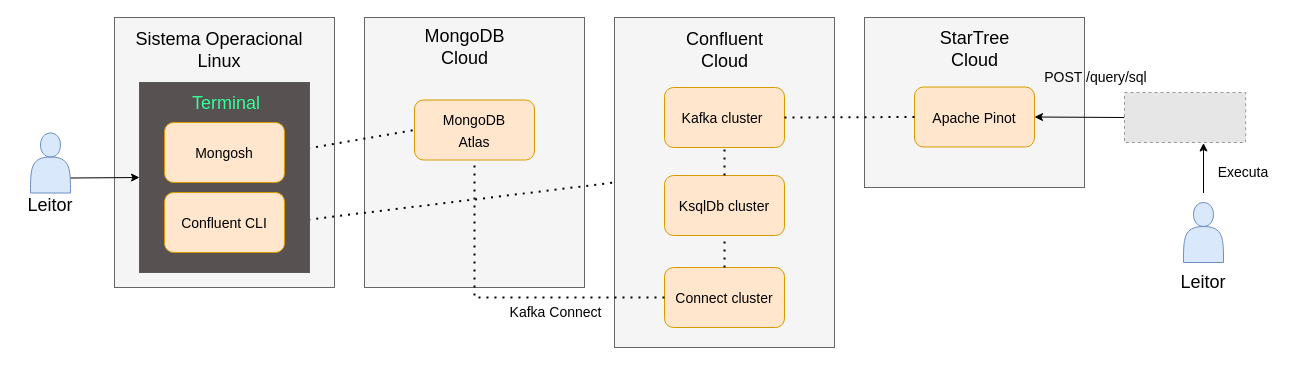
This is cap12/drawio/ambiente-execucao.drawio from rpicanco/livro-eda, a draw.io file, before an edit. Source tidied: cells renumbered, new cells numbered last; positions are measured from the earlier drawing's top-left corner, leaving out a move shared by most shapes. Both pictures are drawn from the tidied source at 100%, with x=0, y=0 at pixel (20, 17). Pictures stored in the file or linked from it are replaced by grey dashed boxes.
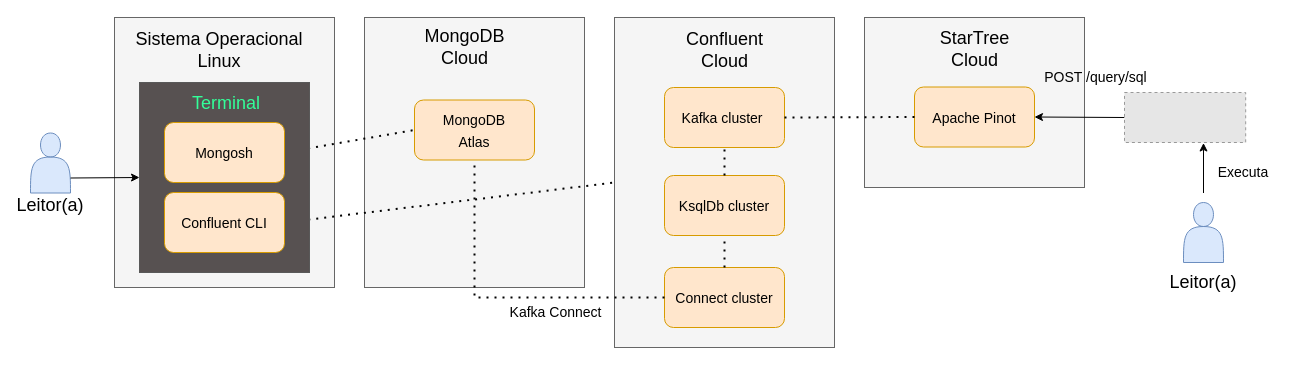
The same diagram, later.

Commit message (it also covers changes not shown here):
ajuste no desenho do ambiente

The edit, as a diff of the source:
```diff
@@
-    <mxCell id="6" value="&lt;font style=&quot;font-size: 18px;&quot;&gt;Leitor&lt;/font&gt;" style="text;html=1;strokeColor=none;fillColor=none;align=center;verticalAlign=middle;whiteSpace=wrap;rounded=0;" parent="1" vertex="1">
+    <mxCell id="6" value="&lt;font style=&quot;font-size: 18px;&quot;&gt;Leitor(a)&lt;/font&gt;" style="text;html=1;strokeColor=none;fillColor=none;align=center;verticalAlign=middle;whiteSpace=wrap;rounded=0;" parent="1" vertex="1">
       <mxGeometry y="175.5" width="60" height="25" as="geometry" />
     </mxCell>
@@
-    <mxCell id="30" value="&lt;font style=&quot;font-size: 18px;&quot;&gt;Leitor&lt;/font&gt;" style="text;html=1;strokeColor=none;fillColor=none;align=center;verticalAlign=middle;whiteSpace=wrap;rounded=0;" parent="1" vertex="1">
+    <mxCell id="30" value="&lt;font style=&quot;font-size: 18px;&quot;&gt;Leitor(a)&lt;/font&gt;" style="text;html=1;strokeColor=none;fillColor=none;align=center;verticalAlign=middle;whiteSpace=wrap;rounded=0;" parent="1" vertex="1">
       <mxGeometry x="1153" y="260" width="60" height="10" as="geometry" />
     </mxCell>
```
